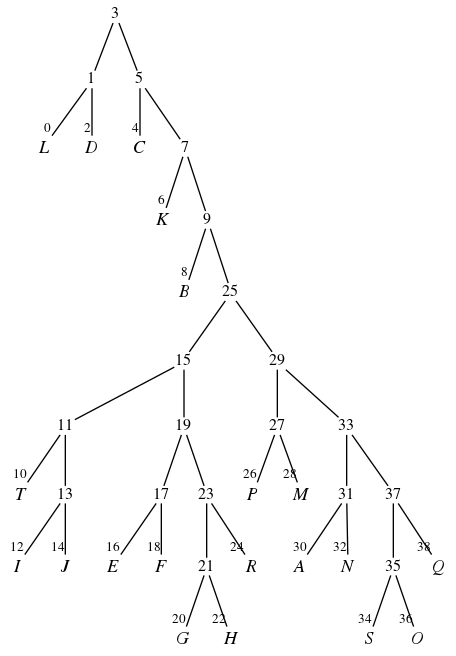
The Graphviz diagram report/1.4/ENC2/random_m_vtree.png in ZuoMatthew/ma2-csai-probabilistic-programming, before a commit. Its source is kept beside it as report/1.4/ENC1/random_m_vtree.dot.
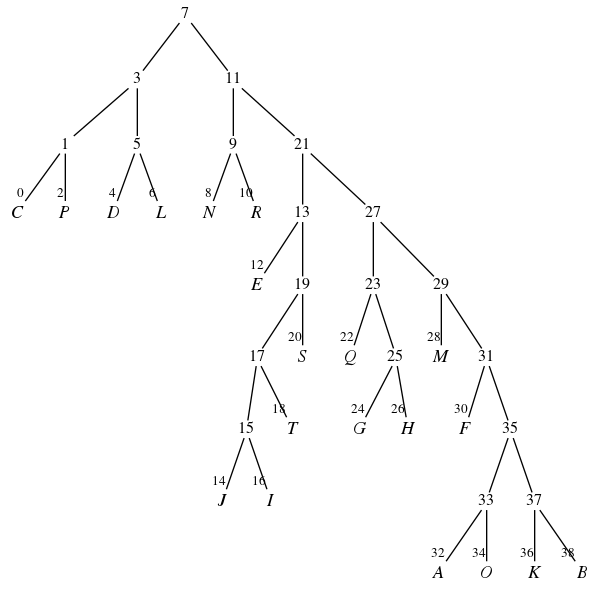
The same diagram one commit later.

The edit, as a diff of the source:
```diff
@@ -3,115 +3,115 @@
 overlap=false
 
 n1 [label="1",fontname="Times",shape="plaintext",fontsize=12,fixedsize=true,width=.2,height=.18];
-n0 [label="G",fontname="Times-Italic",fontsize=14,shape="plaintext",fixedsize=true,width=.25,height=.25];
+n0 [label="Z",fontname="Times-Italic",fontsize=14,shape="plaintext",fixedsize=true,width=.25,height=.25];
 n3 [label="3",fontname="Times",shape="plaintext",fontsize=12,fixedsize=true,width=.2,height=.18];
-n2 [label="X",fontname="Times-Italic",fontsize=14,shape="plaintext",fixedsize=true,width=.25,height=.25];
+n2 [label="F",fontname="Times-Italic",fontsize=14,shape="plaintext",fixedsize=true,width=.25,height=.25];
+n5 [label="5",fontname="Times",shape="plaintext",fontsize=12,fixedsize=true,width=.2,height=.18];
+n4 [label="W",fontname="Times-Italic",fontsize=14,shape="plaintext",fixedsize=true,width=.25,height=.25];
+n11 [label="11",fontname="Times",shape="plaintext",fontsize=12,fixedsize=true,width=.2,height=.18];
 n7 [label="7",fontname="Times",shape="plaintext",fontsize=12,fixedsize=true,width=.2,height=.18];
-n5 [label="5",fontname="Times",shape="plaintext",fontsize=12,fixedsize=true,width=.2,height=.18];
-n4 [label="Z",fontname="Times-Italic",fontsize=14,shape="plaintext",fixedsize=true,width=.25,height=.25];
-n6 [label="H",fontname="Times-Italic",fontsize=14,shape="plaintext",fixedsize=true,width=.25,height=.25];
-n11 [label="11",fontname="Times",shape="plaintext",fontsize=12,fixedsize=true,width=.2,height=.18];
+n6 [label="G",fontname="Times-Italic",fontsize=14,shape="plaintext",fixedsize=true,width=.25,height=.25];
 n9 [label="9",fontname="Times",shape="plaintext",fontsize=12,fixedsize=true,width=.2,height=.18];
-n8 [label="F",fontname="Times-Italic",fontsize=14,shape="plaintext",fixedsize=true,width=.25,height=.25];
-n10 [label="E",fontname="Times-Italic",fontsize=14,shape="plaintext",fixedsize=true,width=.25,height=.25];
+n8 [label="H",fontname="Times-Italic",fontsize=14,shape="plaintext",fixedsize=true,width=.25,height=.25];
+n10 [label="X",fontname="Times-Italic",fontsize=14,shape="plaintext",fixedsize=true,width=.25,height=.25];
+n13 [label="13",fontname="Times",shape="plaintext",fontsize=12,fixedsize=true,width=.2,height=.18];
+n12 [label="Y",fontname="Times-Italic",fontsize=14,shape="plaintext",fixedsize=true,width=.25,height=.25];
 n15 [label="15",fontname="Times",shape="plaintext",fontsize=12,fixedsize=true,width=.2,height=.18];
-n13 [label="13",fontname="Times",shape="plaintext",fontsize=12,fixedsize=true,width=.2,height=.18];
-n12 [label="27",fontname="Times-Italic",fontsize=14,shape="plaintext",fixedsize=true,width=.25,height=.25];
-n14 [label="Y",fontname="Times-Italic",fontsize=14,shape="plaintext",fixedsize=true,width=.25,height=.25];
+n14 [label="E",fontname="Times-Italic",fontsize=14,shape="plaintext",fixedsize=true,width=.25,height=.25];
+n21 [label="21",fontname="Times",shape="plaintext",fontsize=12,fixedsize=true,width=.2,height=.18];
+n17 [label="17",fontname="Times",shape="plaintext",fontsize=12,fixedsize=true,width=.2,height=.18];
+n16 [label="D",fontname="Times-Italic",fontsize=14,shape="plaintext",fixedsize=true,width=.25,height=.25];
+n19 [label="19",fontname="Times",shape="plaintext",fontsize=12,fixedsize=true,width=.2,height=.18];
+n18 [label="N",fontname="Times-Italic",fontsize=14,shape="plaintext",fixedsize=true,width=.25,height=.25];
+n20 [label="C",fontname="Times-Italic",fontsize=14,shape="plaintext",fixedsize=true,width=.25,height=.25];
+n23 [label="23",fontname="Times",shape="plaintext",fontsize=12,fixedsize=true,width=.2,height=.18];
+n22 [label="T",fontname="Times-Italic",fontsize=14,shape="plaintext",fixedsize=true,width=.25,height=.25];
 n25 [label="25",fontname="Times",shape="plaintext",fontsize=12,fixedsize=true,width=.2,height=.18];
-n19 [label="19",fontname="Times",shape="plaintext",fontsize=12,fixedsize=true,width=.2,height=.18];
-n17 [label="17",fontname="Times",shape="plaintext",fontsize=12,fixedsize=true,width=.2,height=.18];
-n16 [label="R",fontname="Times-Italic",fontsize=14,shape="plaintext",fixedsize=true,width=.25,height=.25];
-n18 [label="29",fontname="Times-Italic",fontsize=14,shape="plaintext",fixedsize=true,width=.25,height=.25];
-n21 [label="21",fontname="Times",shape="plaintext",fontsize=12,fixedsize=true,width=.2,height=.18];
-n20 [label="I",fontname="Times-Italic",fontsize=14,shape="plaintext",fixedsize=true,width=.25,height=.25];
-n23 [label="23",fontname="Times",shape="plaintext",fontsize=12,fixedsize=true,width=.2,height=.18];
-n22 [label="28",fontname="Times-Italic",fontsize=14,shape="plaintext",fixedsize=true,width=.25,height=.25];
-n24 [label="J",fontname="Times-Italic",fontsize=14,shape="plaintext",fixedsize=true,width=.25,height=.25];
+n24 [label="M",fontname="Times-Italic",fontsize=14,shape="plaintext",fixedsize=true,width=.25,height=.25];
+n33 [label="33",fontname="Times",shape="plaintext",fontsize=12,fixedsize=true,width=.2,height=.18];
+n27 [label="27",fontname="Times",shape="plaintext",fontsize=12,fixedsize=true,width=.2,height=.18];
+n26 [label="30",fontname="Times-Italic",fontsize=14,shape="plaintext",fixedsize=true,width=.25,height=.25];
 n29 [label="29",fontname="Times",shape="plaintext",fontsize=12,fixedsize=true,width=.2,height=.18];
-n27 [label="27",fontname="Times",shape="plaintext",fontsize=12,fixedsize=true,width=.2,height=.18];
-n26 [label="T",fontname="Times-Italic",fontsize=14,shape="plaintext",fixedsize=true,width=.25,height=.25];
-n28 [label="30",fontname="Times-Italic",fontsize=14,shape="plaintext",fixedsize=true,width=.25,height=.25];
+n28 [label="29",fontname="Times-Italic",fontsize=14,shape="plaintext",fixedsize=true,width=.25,height=.25];
 n31 [label="31",fontname="Times",shape="plaintext",fontsize=12,fixedsize=true,width=.2,height=.18];
-n30 [label="C",fontname="Times-Italic",fontsize=14,shape="plaintext",fixedsize=true,width=.25,height=.25];
+n30 [label="I",fontname="Times-Italic",fontsize=14,shape="plaintext",fixedsize=true,width=.25,height=.25];
+n32 [label="J",fontname="Times-Italic",fontsize=14,shape="plaintext",fixedsize=true,width=.25,height=.25];
+n37 [label="37",fontname="Times",shape="plaintext",fontsize=12,fixedsize=true,width=.2,height=.18];
 n35 [label="35",fontname="Times",shape="plaintext",fontsize=12,fixedsize=true,width=.2,height=.18];
-n33 [label="33",fontname="Times",shape="plaintext",fontsize=12,fixedsize=true,width=.2,height=.18];
-n32 [label="K",fontname="Times-Italic",fontsize=14,shape="plaintext",fixedsize=true,width=.25,height=.25];
-n34 [label="U",fontname="Times-Italic",fontsize=14,shape="plaintext",fixedsize=true,width=.25,height=.25];
+n34 [label="R",fontname="Times-Italic",fontsize=14,shape="plaintext",fixedsize=true,width=.25,height=.25];
+n36 [label="P",fontname="Times-Italic",fontsize=14,shape="plaintext",fixedsize=true,width=.25,height=.25];
+n41 [label="41",fontname="Times",shape="plaintext",fontsize=12,fixedsize=true,width=.2,height=.18];
 n39 [label="39",fontname="Times",shape="plaintext",fontsize=12,fixedsize=true,width=.2,height=.18];
-n37 [label="37",fontname="Times",shape="plaintext",fontsize=12,fixedsize=true,width=.2,height=.18];
-n36 [label="N",fontname="Times-Italic",fontsize=14,shape="plaintext",fixedsize=true,width=.25,height=.25];
-n38 [label="W",fontname="Times-Italic",fontsize=14,shape="plaintext",fixedsize=true,width=.25,height=.25];
+n38 [label="A",fontname="Times-Italic",fontsize=14,shape="plaintext",fixedsize=true,width=.25,height=.25];
+n40 [label="K",fontname="Times-Italic",fontsize=14,shape="plaintext",fixedsize=true,width=.25,height=.25];
+n47 [label="47",fontname="Times",shape="plaintext",fontsize=12,fixedsize=true,width=.2,height=.18];
+n43 [label="43",fontname="Times",shape="plaintext",fontsize=12,fixedsize=true,width=.2,height=.18];
+n42 [label="O",fontname="Times-Italic",fontsize=14,shape="plaintext",fixedsize=true,width=.25,height=.25];
 n45 [label="45",fontname="Times",shape="plaintext",fontsize=12,fixedsize=true,width=.2,height=.18];
-n41 [label="41",fontname="Times",shape="plaintext",fontsize=12,fixedsize=true,width=.2,height=.18];
-n40 [label="A",fontname="Times-Italic",fontsize=14,shape="plaintext",fixedsize=true,width=.25,height=.25];
-n43 [label="43",fontname="Times",shape="plaintext",fontsize=12,fixedsize=true,width=.2,height=.18];
-n42 [label="B",fontname="Times-Italic",fontsize=14,shape="plaintext",fixedsize=true,width=.25,height=.25];
-n44 [label="L",fontname="Times-Italic",fontsize=14,shape="plaintext",fixedsize=true,width=.25,height=.25];
-n47 [label="47",fontname="Times",shape="plaintext",fontsize=12,fixedsize=true,width=.2,height=.18];
-n46 [label="M",fontname="Times-Italic",fontsize=14,shape="plaintext",fixedsize=true,width=.25,height=.25];
+n44 [label="28",fontname="Times-Italic",fontsize=14,shape="plaintext",fixedsize=true,width=.25,height=.25];
+n46 [label="27",fontname="Times-Italic",fontsize=14,shape="plaintext",fixedsize=true,width=.25,height=.25];
+n49 [label="49",fontname="Times",shape="plaintext",fontsize=12,fixedsize=true,width=.2,height=.18];
+n48 [label="Q",fontname="Times-Italic",fontsize=14,shape="plaintext",fixedsize=true,width=.25,height=.25];
 n51 [label="51",fontname="Times",shape="plaintext",fontsize=12,fixedsize=true,width=.2,height=.18];
-n49 [label="49",fontname="Times",shape="plaintext",fontsize=12,fixedsize=true,width=.2,height=.18];
-n48 [label="O",fontname="Times-Italic",fontsize=14,shape="plaintext",fixedsize=true,width=.25,height=.25];
-n50 [label="P",fontname="Times-Italic",fontsize=14,shape="plaintext",fixedsize=true,width=.25,height=.25];
+n50 [label="U",fontname="Times-Italic",fontsize=14,shape="plaintext",fixedsize=true,width=.25,height=.25];
 n53 [label="53",fontname="Times",shape="plaintext",fontsize=12,fixedsize=true,width=.2,height=.18];
-n52 [label="S",fontname="Times-Italic",fontsize=14,shape="plaintext",fixedsize=true,width=.25,height=.25];
+n52 [label="V",fontname="Times-Italic",fontsize=14,shape="plaintext",fixedsize=true,width=.25,height=.25];
 n55 [label="55",fontname="Times",shape="plaintext",fontsize=12,fixedsize=true,width=.2,height=.18];
-n54 [label="D",fontname="Times-Italic",fontsize=14,shape="plaintext",fixedsize=true,width=.25,height=.25];
+n54 [label="S",fontname="Times-Italic",fontsize=14,shape="plaintext",fixedsize=true,width=.25,height=.25];
 n57 [label="57",fontname="Times",shape="plaintext",fontsize=12,fixedsize=true,width=.2,height=.18];
-n56 [label="V",fontname="Times-Italic",fontsize=14,shape="plaintext",fixedsize=true,width=.25,height=.25];
-n58 [label="Q",fontname="Times-Italic",fontsize=14,shape="plaintext",fixedsize=true,width=.25,height=.25];
+n56 [label="B",fontname="Times-Italic",fontsize=14,shape="plaintext",fixedsize=true,width=.25,height=.25];
+n58 [label="L",fontname="Times-Italic",fontsize=14,shape="plaintext",fixedsize=true,width=.25,height=.25];
 n1->n0 [headclip=true,arrowhead=none,headlabel="0",labelfontname="Times",labelfontsize=10];
 n1->n3 [arrowhead=none];
 n3->n2 [headclip=true,arrowhead=none,headlabel="2",labelfontname="Times",labelfontsize=10];
-n3->n7 [arrowhead=none];
-n7->n5 [arrowhead=none];
+n3->n5 [arrowhead=none];
 n5->n4 [headclip=true,arrowhead=none,headlabel="4",labelfontname="Times",labelfontsize=10];
-n5->n6 [headclip=true,arrowhead=none,headlabel="6",labelfontname="Times",labelfontsize=10];
-n7->n11 [arrowhead=none];
-n11->n9 [arrowhead=none];
+n5->n11 [arrowhead=none];
+n11->n7 [arrowhead=none];
+n7->n6 [headclip=true,arrowhead=none,headlabel="6",labelfontname="Times",labelfontsize=10];
+n7->n9 [arrowhead=none];
 n9->n8 [headclip=true,arrowhead=none,headlabel="8",labelfontname="Times",labelfontsize=10];
 n9->n10 [headclip=true,arrowhead=none,headlabel="10",labelfontname="Times",labelfontsize=10];
-n11->n15 [arrowhead=none];
-n15->n13 [arrowhead=none];
+n11->n13 [arrowhead=none];
 n13->n12 [headclip=true,arrowhead=none,headlabel="12",labelfontname="Times",labelfontsize=10];
-n13->n14 [headclip=true,arrowhead=none,headlabel="14",labelfontname="Times",labelfontsize=10];
-n15->n25 [arrowhead=none];
-n25->n19 [arrowhead=none];
-n19->n17 [arrowhead=none];
+n13->n15 [arrowhead=none];
+n15->n14 [headclip=true,arrowhead=none,headlabel="14",labelfontname="Times",labelfontsize=10];
+n15->n21 [arrowhead=none];
+n21->n17 [arrowhead=none];
 n17->n16 [headclip=true,arrowhead=none,headlabel="16",labelfontname="Times",labelfontsize=10];
-n17->n18 [headclip=true,arrowhead=none,headlabel="18",labelfontname="Times",labelfontsize=10];
-n19->n21 [arrowhead=none];
-n21->n20 [headclip=true,arrowhead=none,headlabel="20",labelfontname="Times",labelfontsize=10];
+n17->n19 [arrowhead=none];
+n19->n18 [headclip=true,arrowhead=none,headlabel="18",labelfontname="Times",labelfontsize=10];
+n19->n20 [headclip=true,arrowhead=none,headlabel="20",labelfontname="Times",labelfontsize=10];
 n21->n23 [arrowhead=none];
 n23->n22 [headclip=true,arrowhead=none,headlabel="22",labelfontname="Times",labelfontsize=10];
-n23->n24 [headclip=true,arrowhead=none,headlabel="24",labelfontname="Times",labelfontsize=10];
-n25->n29 [arrowhead=none];
-n29->n27 [arrowhead=none];
+n23->n25 [arrowhead=none];
+n25->n24 [headclip=true,arrowhead=none,headlabel="24",labelfontname="Times",labelfontsize=10];
+n25->n33 [arrowhead=none];
+n33->n27 [arrowhead=none];
 n27->n26 [headclip=true,arrowhead=none,headlabel="26",labelfontname="Times",labelfontsize=10];
-n27->n28 [headclip=true,arrowhead=none,headlabel="28",labelfontname="Times",labelfontsize=10];
+n27->n29 [arrowhead=none];
+n29->n28 [headclip=true,arrowhead=none,headlabel="28",labelfontname="Times",labelfontsize=10];
 n29->n31 [arrowhead=none];
 n31->n30 [headclip=true,arrowhead=none,headlabel="30",labelfontname="Times",labelfontsize=10];
-n31->n35 [arrowhead=none];
-n35->n33 [arrowhead=none];
-n33->n32 [headclip=true,arrowhead=none,headlabel="32",labelfontname="Times",labelfontsize=10];
-n33->n34 [headclip=true,arrowhead=none,headlabel="34",labelfontname="Times",labelfontsize=10];
-n35->n39 [arrowhead=none];
-n39->n37 [arrowhead=none];
-n37->n36 [headclip=true,arrowhead=none,headlabel="36",labelfontname="Times",labelfontsize=10];
-n37->n38 [headclip=true,arrowhead=none,headlabel="38",labelfontname="Times",labelfontsize=10];
-n39->n45 [arrowhead=none];
-n45->n41 [arrowhead=none];
-n41->n40 [headclip=true,arrowhead=none,headlabel="40",labelfontname="Times",labelfontsize=10];
-n41->n43 [arrowhead=none];
+n31->n32 [headclip=true,arrowhead=none,headlabel="32",labelfontname="Times",labelfontsize=10];
+n33->n37 [arrowhead=none];
+n37->n35 [arrowhead=none];
+n35->n34 [headclip=true,arrowhead=none,headlabel="34",labelfontname="Times",labelfontsize=10];
+n35->n36 [headclip=true,arrowhead=none,headlabel="36",labelfontname="Times",labelfontsize=10];
+n37->n41 [arrowhead=none];
+n41->n39 [arrowhead=none];
+n39->n38 [headclip=true,arrowhead=none,headlabel="38",labelfontname="Times",labelfontsize=10];
+n39->n40 [headclip=true,arrowhead=none,headlabel="40",labelfontname="Times",labelfontsize=10];
+n41->n47 [arrowhead=none];
+n47->n43 [arrowhead=none];
 n43->n42 [headclip=true,arrowhead=none,headlabel="42",labelfontname="Times",labelfontsize=10];
-n43->n44 [headclip=true,arrowhead=none,headlabel="44",labelfontname="Times",labelfontsize=10];
-n45->n47 [arrowhead=none];
-n47->n46 [headclip=true,arrowhead=none,headlabel="46",labelfontname="Times",labelfontsize=10];
-n47->n51 [arrowhead=none];
-n51->n49 [arrowhead=none];
+n43->n45 [arrowhead=none];
+n45->n44 [headclip=true,arrowhead=none,headlabel="44",labelfontname="Times",labelfontsize=10];
+n45->n46 [headclip=true,arrowhead=none,headlabel="46",labelfontname="Times",labelfontsize=10];
+n47->n49 [arrowhead=none];
 n49->n48 [headclip=true,arrowhead=none,headlabel="48",labelfontname="Times",labelfontsize=10];
-n49->n50 [headclip=true,arrowhead=none,headlabel="50",labelfontname="Times",labelfontsize=10];
+n49->n51 [arrowhead=none];
+n51->n50 [headclip=true,arrowhead=none,headlabel="50",labelfontname="Times",labelfontsize=10];
 n51->n53 [arrowhead=none];
 n53->n52 [headclip=true,arrowhead=none,headlabel="52",labelfontname="Times",labelfontsize=10];
 n53->n55 [arrowhead=none];
```
